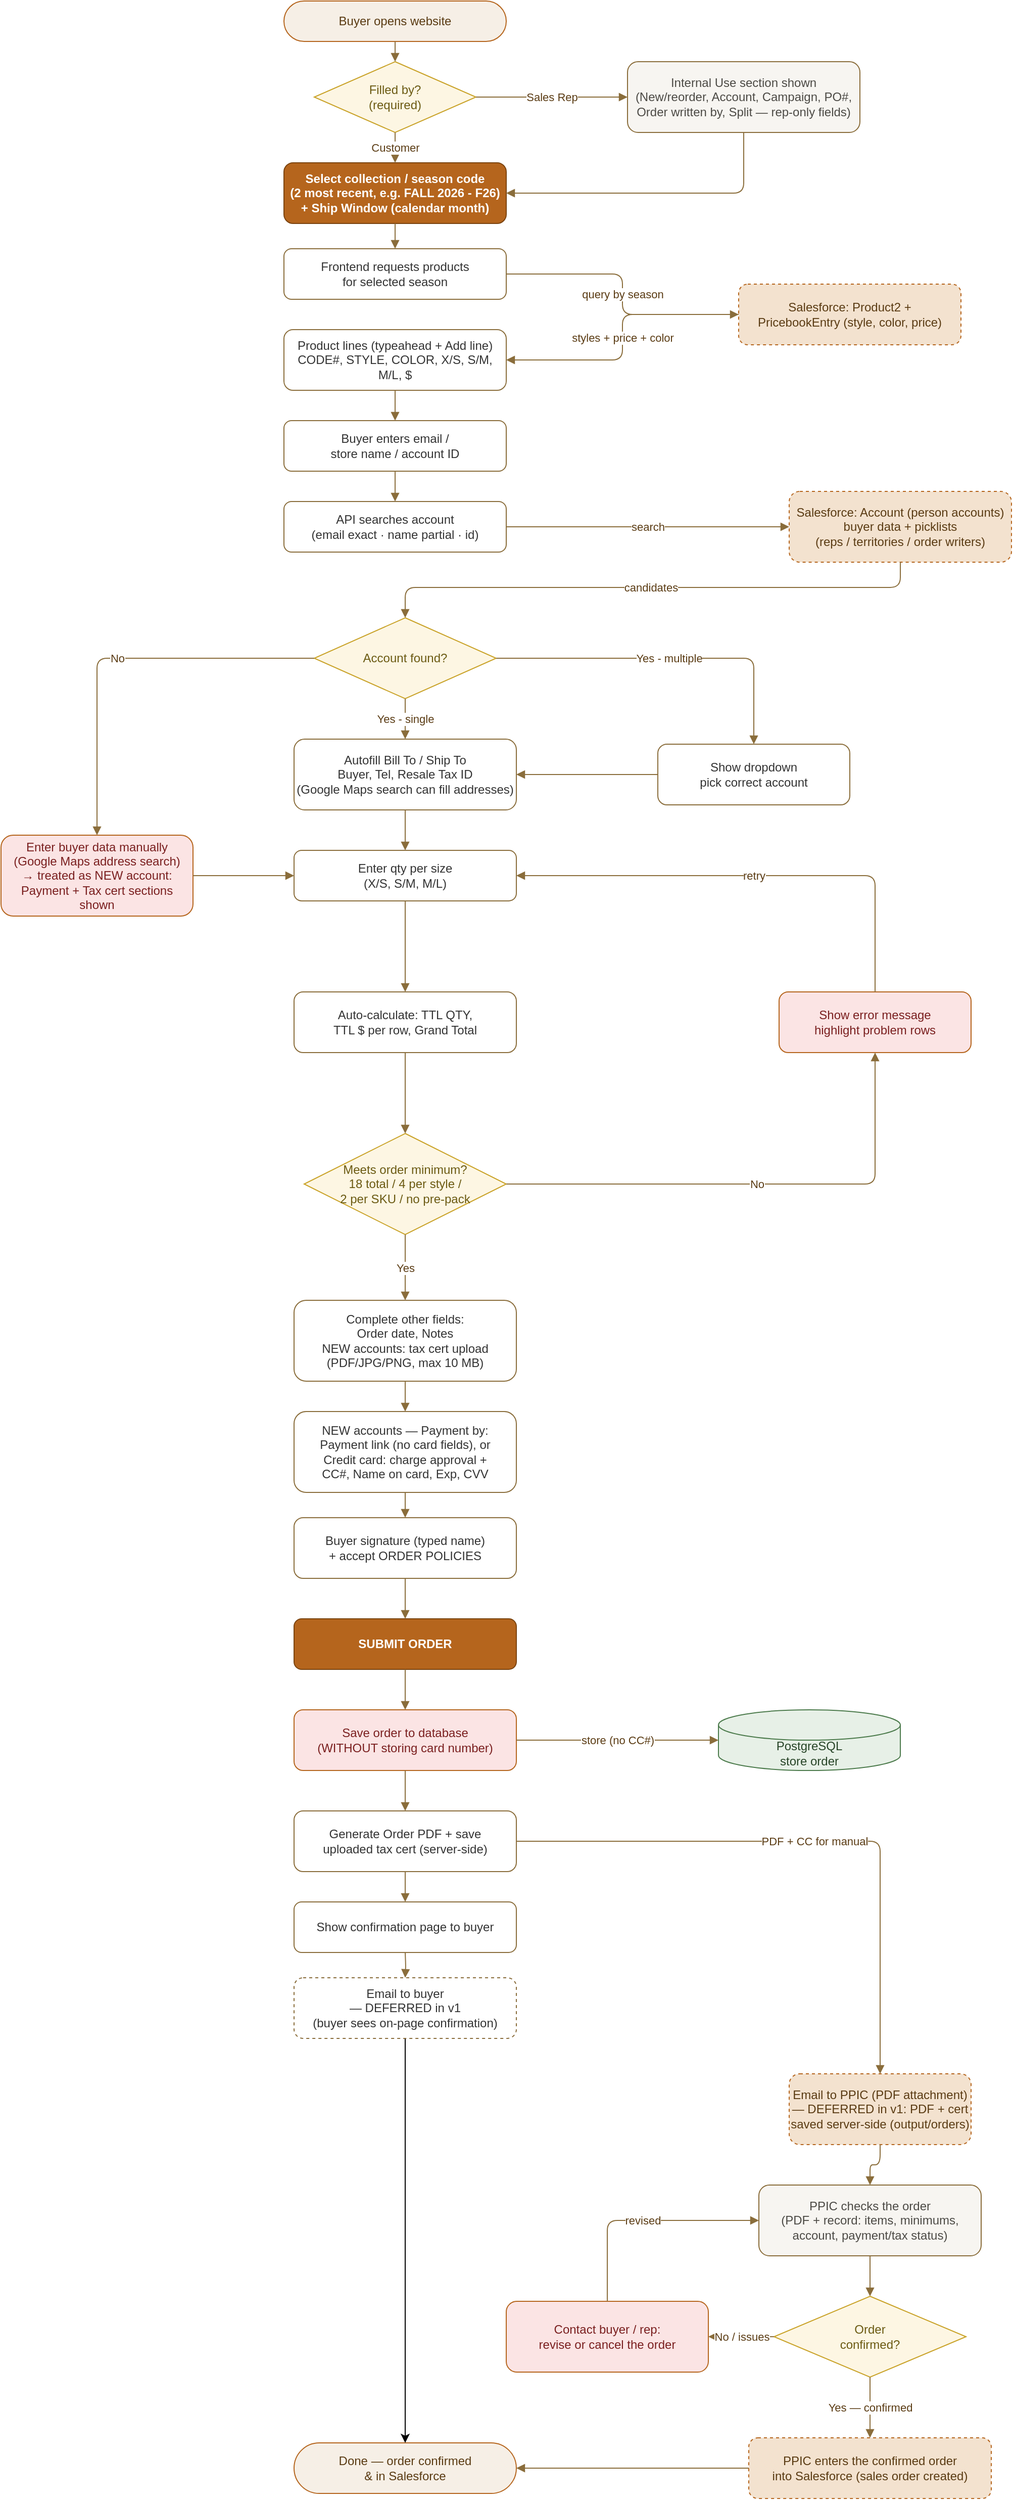
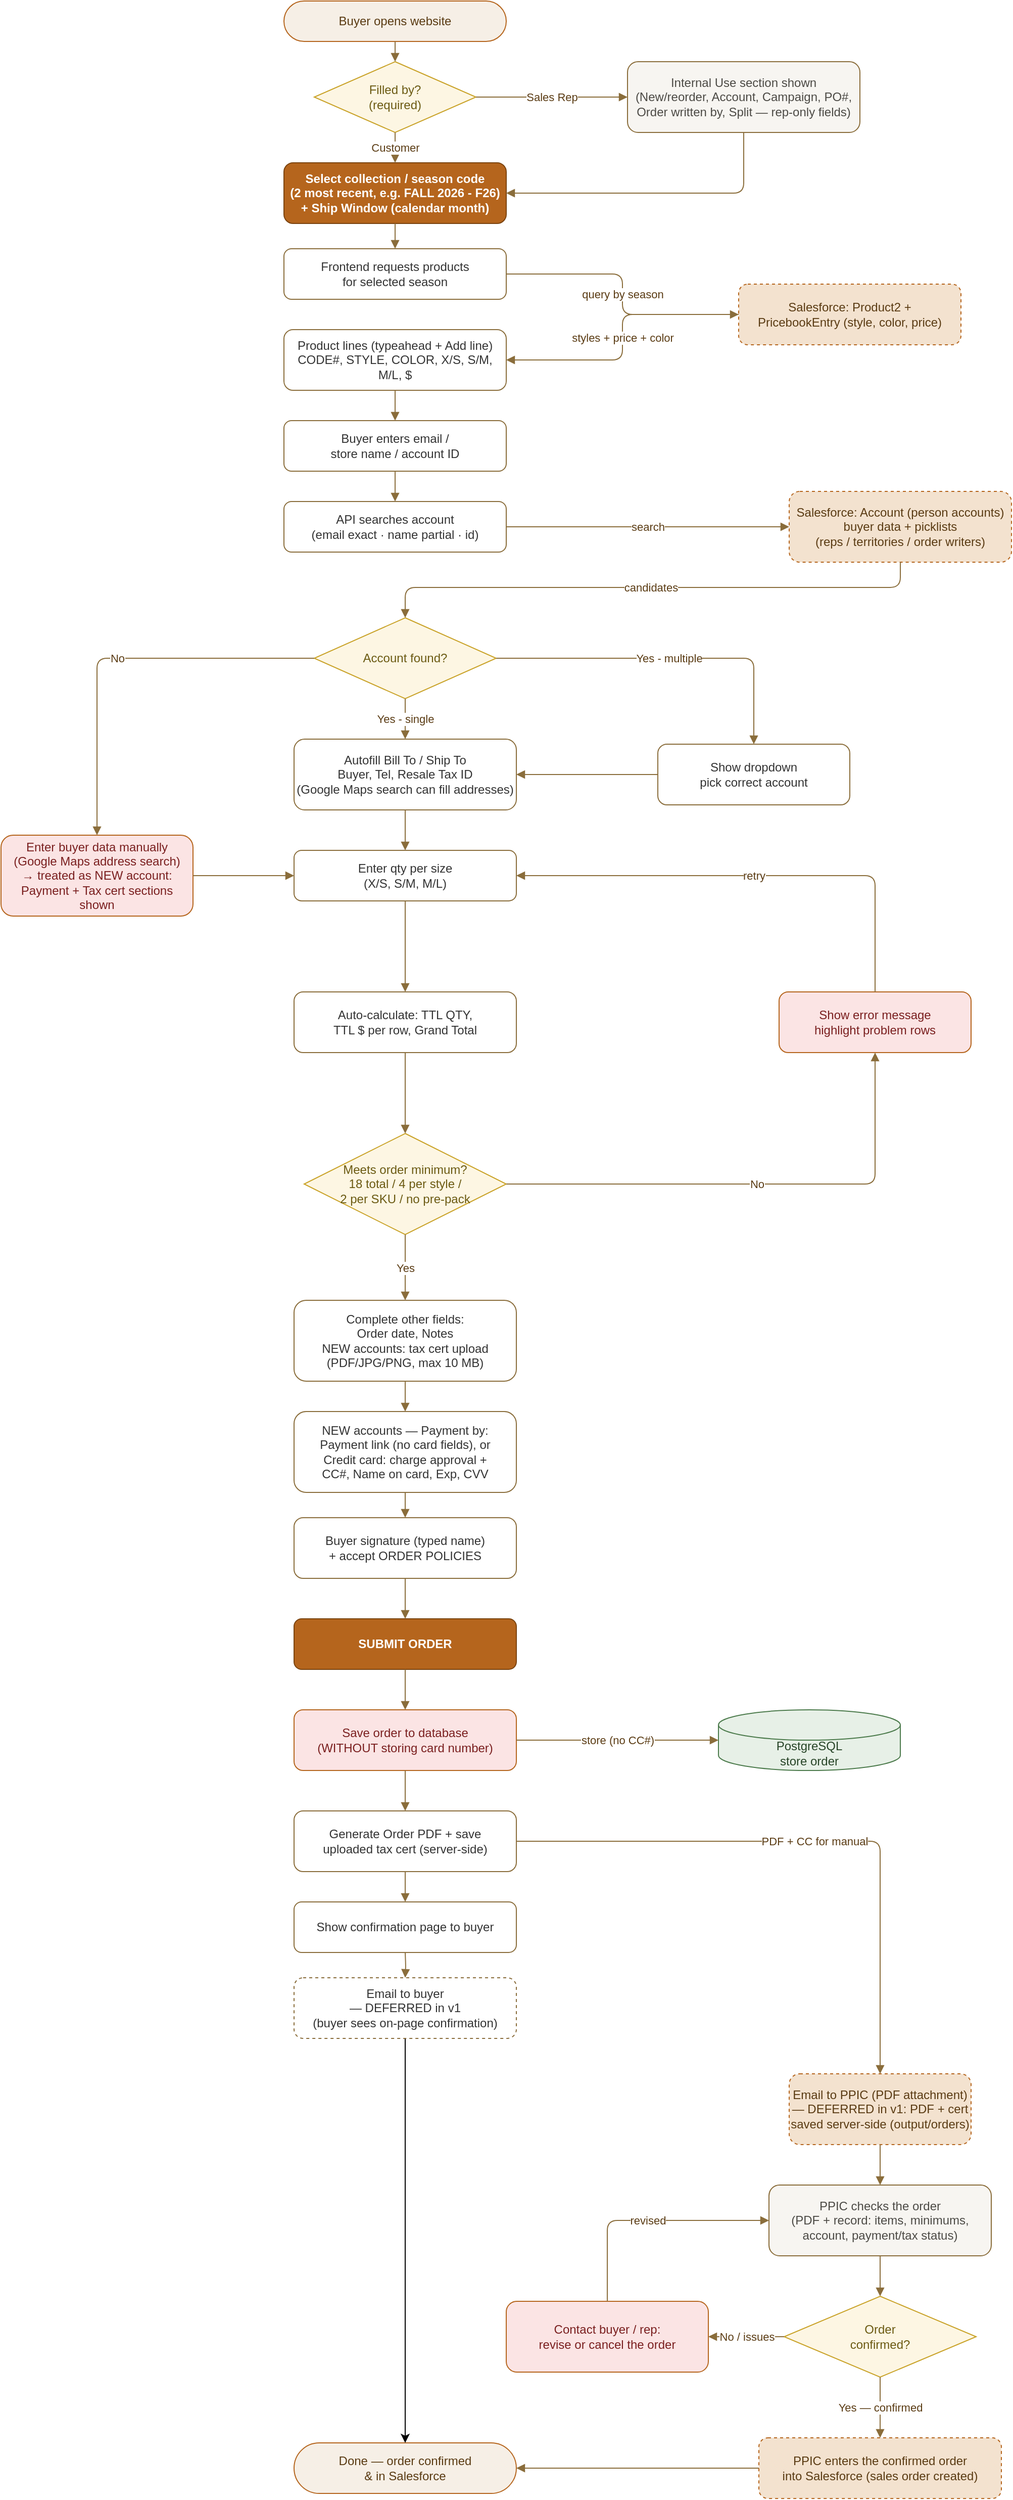
<mxfile host="65bd71144e">
    <diagram id="woodenships-order" name="Wooden Ships Order Flow">
        <mxGraphModel dx="1341" dy="384" grid="1" gridSize="10" guides="1" tooltips="1" connect="1" arrows="1" fold="1" page="1" pageScale="1" pageWidth="1100" pageHeight="2600" math="0" shadow="0">
            <root>
                <mxCell id="0"/>
                <mxCell id="1" parent="0"/>
                <mxCell id="start" value="Buyer opens website" style="rounded=1;whiteSpace=wrap;html=1;fillColor=#f6efe6;strokeColor=#b5651d;arcSize=50;fontColor=#5a3b13;" parent="1" vertex="1">
                    <mxGeometry x="360" y="10" width="220" height="40" as="geometry"/>
                </mxCell>
                <mxCell id="filledby" value="Filled by?&lt;br&gt;(required)" style="rhombus;whiteSpace=wrap;html=1;fillColor=#fdf6e3;strokeColor=#c9a227;fontColor=#6b5a12;" parent="1" vertex="1">
                    <mxGeometry x="390" y="70" width="160" height="70" as="geometry"/>
                </mxCell>
                <mxCell id="internaluse" value="Internal Use section shown&lt;br&gt;(New/reorder, Account, Campaign, PO#,&lt;br&gt;Order written by, Split — rep-only fields)" style="rounded=1;whiteSpace=wrap;html=1;fillColor=#f7f5f1;strokeColor=#8a6d3b;fontColor=#4c4a45;" parent="1" vertex="1">
                    <mxGeometry x="700" y="70" width="230" height="70" as="geometry"/>
                </mxCell>
                <mxCell id="season" value="Select collection / season code&lt;br&gt;(2 most recent, e.g. FALL 2026 - F26)&lt;br&gt;+ Ship Window (calendar month)" style="rounded=1;whiteSpace=wrap;html=1;fillColor=#b5651d;strokeColor=#7a430f;fontColor=#ffffff;fontStyle=1;" parent="1" vertex="1">
                    <mxGeometry x="360" y="170" width="220" height="60" as="geometry"/>
                </mxCell>
                <mxCell id="req" value="Frontend requests products&lt;br&gt;for selected season" style="rounded=1;whiteSpace=wrap;html=1;fillColor=#ffffff;strokeColor=#8a6d3b;fontColor=#333333;" parent="1" vertex="1">
                    <mxGeometry x="360" y="255" width="220" height="50" as="geometry"/>
                </mxCell>
                <mxCell id="show" value="Product lines (typeahead + Add line)&lt;br&gt;CODE#, STYLE, COLOR, X/S, S/M, M/L, $" style="rounded=1;whiteSpace=wrap;html=1;fillColor=#ffffff;strokeColor=#8a6d3b;fontColor=#333333;" parent="1" vertex="1">
                    <mxGeometry x="360" y="335" width="220" height="60" as="geometry"/>
                </mxCell>
                <mxCell id="buyer" value="Buyer enters email /&lt;br&gt;store name / account ID" style="rounded=1;whiteSpace=wrap;html=1;fillColor=#ffffff;strokeColor=#8a6d3b;fontColor=#333333;" parent="1" vertex="1">
                    <mxGeometry x="360" y="425" width="220" height="50" as="geometry"/>
                </mxCell>
                <mxCell id="api2" value="API searches account&lt;br&gt;(email exact · name partial · id)" style="rounded=1;whiteSpace=wrap;html=1;fillColor=#ffffff;strokeColor=#8a6d3b;fontColor=#333333;" parent="1" vertex="1">
                    <mxGeometry x="360" y="505" width="220" height="50" as="geometry"/>
                </mxCell>
                <mxCell id="match" value="Account found?" style="rhombus;whiteSpace=wrap;html=1;fillColor=#fdf6e3;strokeColor=#c9a227;fontColor=#6b5a12;" parent="1" vertex="1">
                    <mxGeometry x="390" y="620" width="180" height="80" as="geometry"/>
                </mxCell>
                <mxCell id="autofill" value="Autofill Bill To / Ship To&lt;br&gt;Buyer, Tel, Resale Tax ID&lt;br&gt;(Google Maps search can fill addresses)" style="rounded=1;whiteSpace=wrap;html=1;fillColor=#ffffff;strokeColor=#8a6d3b;fontColor=#333333;" parent="1" vertex="1">
                    <mxGeometry x="370" y="740" width="220" height="70" as="geometry"/>
                </mxCell>
                <mxCell id="qty" value="Enter qty per size&lt;br&gt;(X/S, S/M, M/L)" style="rounded=1;whiteSpace=wrap;html=1;fillColor=#ffffff;strokeColor=#8a6d3b;fontColor=#333333;" parent="1" vertex="1">
                    <mxGeometry x="370" y="850" width="220" height="50" as="geometry"/>
                </mxCell>
                <mxCell id="calc" value="Auto-calculate: TTL QTY,&lt;br&gt;TTL $ per row, Grand Total" style="rounded=1;whiteSpace=wrap;html=1;fillColor=#ffffff;strokeColor=#8a6d3b;fontColor=#333333;" parent="1" vertex="1">
                    <mxGeometry x="370" y="990" width="220" height="60" as="geometry"/>
                </mxCell>
                <mxCell id="valid" value="Meets order minimum?&lt;br&gt;18 total / 4 per style /&lt;br&gt;2 per SKU / no pre-pack" style="rhombus;whiteSpace=wrap;html=1;fillColor=#fdf6e3;strokeColor=#c9a227;fontColor=#6b5a12;" parent="1" vertex="1">
                    <mxGeometry x="380" y="1130" width="200" height="100" as="geometry"/>
                </mxCell>
                <mxCell id="details" value="Complete other fields:&lt;br&gt;Order date, Notes&lt;br&gt;NEW accounts: tax cert upload&lt;br&gt;(PDF/JPG/PNG, max 10 MB)" style="rounded=1;whiteSpace=wrap;html=1;fillColor=#ffffff;strokeColor=#8a6d3b;fontColor=#333333;" parent="1" vertex="1">
                    <mxGeometry x="370" y="1295" width="220" height="80" as="geometry"/>
                </mxCell>
                <mxCell id="pay" value="NEW accounts — Payment by:&lt;br&gt;Payment link (no card fields), or&lt;br&gt;Credit card: charge approval +&lt;br&gt;CC#, Name on card, Exp, CVV" style="rounded=1;whiteSpace=wrap;html=1;fillColor=#ffffff;strokeColor=#8a6d3b;fontColor=#333333;" parent="1" vertex="1">
                    <mxGeometry x="370" y="1405" width="220" height="80" as="geometry"/>
                </mxCell>
                <mxCell id="sign" value="Buyer signature (typed name)&lt;br&gt;+ accept ORDER POLICIES" style="rounded=1;whiteSpace=wrap;html=1;fillColor=#ffffff;strokeColor=#8a6d3b;fontColor=#333333;" parent="1" vertex="1">
                    <mxGeometry x="370" y="1510" width="220" height="60" as="geometry"/>
                </mxCell>
                <mxCell id="submit" value="SUBMIT ORDER" style="rounded=1;whiteSpace=wrap;html=1;fillColor=#b5651d;strokeColor=#7a430f;fontColor=#ffffff;fontStyle=1;" parent="1" vertex="1">
                    <mxGeometry x="370" y="1610" width="220" height="50" as="geometry"/>
                </mxCell>
                <mxCell id="save" value="Save order to database&lt;br&gt;(WITHOUT storing card number)" style="rounded=1;whiteSpace=wrap;html=1;fillColor=#fbe4e4;strokeColor=#b5651d;fontColor=#7a1f1f;" parent="1" vertex="1">
                    <mxGeometry x="370" y="1700" width="220" height="60" as="geometry"/>
                </mxCell>
                <mxCell id="pdf" value="Generate Order PDF + save&lt;br&gt;uploaded tax cert (server-side)" style="rounded=1;whiteSpace=wrap;html=1;fillColor=#ffffff;strokeColor=#8a6d3b;fontColor=#333333;" parent="1" vertex="1">
                    <mxGeometry x="370" y="1800" width="220" height="60" as="geometry"/>
                </mxCell>
                <mxCell id="confirm" value="Show confirmation page to buyer" style="rounded=1;whiteSpace=wrap;html=1;fillColor=#ffffff;strokeColor=#8a6d3b;fontColor=#333333;" parent="1" vertex="1">
                    <mxGeometry x="370" y="1890" width="220" height="50" as="geometry"/>
                </mxCell>
                <mxCell id="ppic" value="PPIC checks the order&lt;br&gt;(PDF + record: items, minimums,&lt;br&gt;account, payment/tax status)" style="rounded=1;whiteSpace=wrap;html=1;fillColor=#f7f5f1;strokeColor=#8a6d3b;fontColor=#4c4a45;" parent="1" vertex="1">
-                     <mxGeometry x="830" y="2170" width="220" height="70" as="geometry"/>
+                     <mxGeometry x="840" y="2170" width="220" height="70" as="geometry"/>
                </mxCell>
                <mxCell id="ppicok" value="Order&lt;br&gt;confirmed?" style="rhombus;whiteSpace=wrap;html=1;fillColor=#fdf6e3;strokeColor=#c9a227;fontColor=#6b5a12;" parent="1" vertex="1">
-                     <mxGeometry x="845" y="2280" width="190" height="80" as="geometry"/>
+                     <mxGeometry x="855" y="2280" width="190" height="80" as="geometry"/>
                </mxCell>
                <mxCell id="ppicfix" value="Contact buyer / rep:&lt;br&gt;revise or cancel the order" style="rounded=1;whiteSpace=wrap;html=1;fillColor=#fbe4e4;strokeColor=#b5651d;fontColor=#7a1f1f;" parent="1" vertex="1">
                    <mxGeometry x="580" y="2285" width="200" height="70" as="geometry"/>
                </mxCell>
                <mxCell id="sfentry" value="PPIC enters the confirmed order&lt;br&gt;into Salesforce (sales order created)" style="rounded=1;whiteSpace=wrap;html=1;fillColor=#f3e2cf;strokeColor=#b5651d;fontColor=#5a3b13;dashed=1;" parent="1" vertex="1">
-                     <mxGeometry x="820" y="2420" width="240" height="60" as="geometry"/>
+                     <mxGeometry x="830" y="2420" width="240" height="60" as="geometry"/>
                </mxCell>
                <mxCell id="done" value="Done — order confirmed&lt;br&gt;&amp;amp; in Salesforce" style="rounded=1;whiteSpace=wrap;html=1;fillColor=#f6efe6;strokeColor=#b5651d;arcSize=50;fontColor=#5a3b13;" parent="1" vertex="1">
                    <mxGeometry x="370" y="2425" width="220" height="50" as="geometry"/>
                </mxCell>
                <mxCell id="pick" value="Show dropdown&lt;br&gt;pick correct account" style="rounded=1;whiteSpace=wrap;html=1;fillColor=#ffffff;strokeColor=#8a6d3b;fontColor=#333333;" parent="1" vertex="1">
                    <mxGeometry x="730" y="745" width="190" height="60" as="geometry"/>
                </mxCell>
                <mxCell id="manual" value="Enter buyer data manually&lt;br&gt;(Google Maps address search)&lt;br&gt;→ treated as NEW account:&lt;br&gt;Payment + Tax cert sections shown" style="rounded=1;whiteSpace=wrap;html=1;fillColor=#fbe4e4;strokeColor=#b5651d;fontColor=#7a1f1f;" parent="1" vertex="1">
                    <mxGeometry x="80" y="835" width="190" height="80" as="geometry"/>
                </mxCell>
                <mxCell id="err" value="Show error message&lt;br&gt;highlight problem rows" style="rounded=1;whiteSpace=wrap;html=1;fillColor=#fbe4e4;strokeColor=#b5651d;fontColor=#7a1f1f;" parent="1" vertex="1">
                    <mxGeometry x="850" y="990" width="190" height="60" as="geometry"/>
                </mxCell>
                <mxCell id="sfprod" value="Salesforce: Product2 +&lt;br&gt;PricebookEntry (style, color, price)" style="rounded=1;whiteSpace=wrap;html=1;fillColor=#f3e2cf;strokeColor=#b5651d;fontColor=#5a3b13;dashed=1;" parent="1" vertex="1">
                    <mxGeometry x="810" y="290" width="220" height="60" as="geometry"/>
                </mxCell>
                <mxCell id="sfacc" value="Salesforce: Account (person accounts)&lt;br&gt;buyer data + picklists&lt;br&gt;(reps / territories / order writers)" style="rounded=1;whiteSpace=wrap;html=1;fillColor=#f3e2cf;strokeColor=#b5651d;fontColor=#5a3b13;dashed=1;" parent="1" vertex="1">
                    <mxGeometry x="860" y="495" width="220" height="70" as="geometry"/>
                </mxCell>
                <mxCell id="db" value="PostgreSQL&lt;br&gt;store order" style="shape=cylinder3;whiteSpace=wrap;html=1;boundedLbl=1;backgroundOutline=1;fillColor=#e7f0e7;strokeColor=#4b7a4b;fontColor=#274427;" parent="1" vertex="1">
                    <mxGeometry x="790" y="1700" width="180" height="60" as="geometry"/>
                </mxCell>
                <mxCell id="mail" value="Email to PPIC (PDF attachment)&lt;br&gt;— DEFERRED in v1: PDF + cert&lt;br&gt;saved server-side (output/orders)" style="rounded=1;whiteSpace=wrap;html=1;fillColor=#f3e2cf;strokeColor=#b5651d;fontColor=#5a3b13;dashed=1;" parent="1" vertex="1">
                    <mxGeometry x="860" y="2060" width="180" height="70" as="geometry"/>
                </mxCell>
                <mxCell id="e0" value="" style="edgeStyle=orthogonalEdgeStyle;rounded=1;html=1;strokeColor=#8a6d3b;fontColor=#5a3b13;endArrow=block;" parent="1" source="start" target="filledby" edge="1">
                    <mxGeometry relative="1" as="geometry"/>
                </mxCell>
                <mxCell id="efb1" value="Sales Rep" style="edgeStyle=orthogonalEdgeStyle;rounded=1;html=1;strokeColor=#8a6d3b;fontColor=#5a3b13;endArrow=block;exitX=1;exitY=0.5;exitDx=0;exitDy=0;entryX=0;entryY=0.5;entryDx=0;entryDy=0;" parent="1" source="filledby" target="internaluse" edge="1">
                    <mxGeometry relative="1" as="geometry"/>
                </mxCell>
                <mxCell id="efb2" value="Customer" style="edgeStyle=orthogonalEdgeStyle;rounded=1;html=1;strokeColor=#8a6d3b;fontColor=#5a3b13;endArrow=block;exitX=0.5;exitY=1;exitDx=0;exitDy=0;entryX=0.5;entryY=0;entryDx=0;entryDy=0;" parent="1" source="filledby" target="season" edge="1">
                    <mxGeometry relative="1" as="geometry"/>
                </mxCell>
                <mxCell id="efb3" value="" style="edgeStyle=orthogonalEdgeStyle;rounded=1;html=1;strokeColor=#8a6d3b;fontColor=#5a3b13;endArrow=block;exitX=0.5;exitY=1;exitDx=0;exitDy=0;entryX=1;entryY=0.5;entryDx=0;entryDy=0;" parent="1" source="internaluse" target="season" edge="1">
                    <mxGeometry relative="1" as="geometry"/>
                </mxCell>
                <mxCell id="e1" value="" style="edgeStyle=orthogonalEdgeStyle;rounded=1;html=1;strokeColor=#8a6d3b;fontColor=#5a3b13;endArrow=block;" parent="1" source="season" target="req" edge="1">
                    <mxGeometry relative="1" as="geometry"/>
                </mxCell>
                <mxCell id="e2" value="query by season" style="edgeStyle=orthogonalEdgeStyle;rounded=1;html=1;strokeColor=#8a6d3b;fontColor=#5a3b13;endArrow=block;" parent="1" source="req" target="sfprod" edge="1">
                    <mxGeometry relative="1" as="geometry"/>
                </mxCell>
                <mxCell id="e3" value="styles + price + color" style="edgeStyle=orthogonalEdgeStyle;rounded=1;html=1;strokeColor=#8a6d3b;fontColor=#5a3b13;endArrow=block;" parent="1" source="sfprod" target="show" edge="1">
                    <mxGeometry relative="1" as="geometry"/>
                </mxCell>
                <mxCell id="e4" value="" style="edgeStyle=orthogonalEdgeStyle;rounded=1;html=1;strokeColor=#8a6d3b;fontColor=#5a3b13;endArrow=block;" parent="1" source="show" target="buyer" edge="1">
                    <mxGeometry relative="1" as="geometry"/>
                </mxCell>
                <mxCell id="e5" value="" style="edgeStyle=orthogonalEdgeStyle;rounded=1;html=1;strokeColor=#8a6d3b;fontColor=#5a3b13;endArrow=block;" parent="1" source="buyer" target="api2" edge="1">
                    <mxGeometry relative="1" as="geometry"/>
                </mxCell>
                <mxCell id="e6" value="search" style="edgeStyle=orthogonalEdgeStyle;rounded=1;html=1;strokeColor=#8a6d3b;fontColor=#5a3b13;endArrow=block;" parent="1" source="api2" target="sfacc" edge="1">
                    <mxGeometry relative="1" as="geometry"/>
                </mxCell>
                <mxCell id="e7" value="candidates" style="edgeStyle=orthogonalEdgeStyle;rounded=1;html=1;strokeColor=#8a6d3b;fontColor=#5a3b13;endArrow=block;" parent="1" source="sfacc" target="match" edge="1">
                    <mxGeometry relative="1" as="geometry">
                        <Array as="points">
                            <mxPoint x="970" y="590"/>
                            <mxPoint x="480" y="590"/>
                        </Array>
                        <mxPoint as="offset"/>
                    </mxGeometry>
                </mxCell>
                <mxCell id="e8" value="Yes - multiple" style="edgeStyle=orthogonalEdgeStyle;rounded=1;html=1;strokeColor=#8a6d3b;fontColor=#5a3b13;endArrow=block;" parent="1" source="match" target="pick" edge="1">
                    <mxGeometry x="0.0028" relative="1" as="geometry">
                        <mxPoint as="offset"/>
                    </mxGeometry>
                </mxCell>
                <mxCell id="e9" value="Yes - single" style="edgeStyle=orthogonalEdgeStyle;rounded=1;html=1;strokeColor=#8a6d3b;fontColor=#5a3b13;endArrow=block;" parent="1" source="match" target="autofill" edge="1">
                    <mxGeometry relative="1" as="geometry"/>
                </mxCell>
                <mxCell id="e10" value="No" style="edgeStyle=orthogonalEdgeStyle;rounded=1;html=1;strokeColor=#8a6d3b;fontColor=#5a3b13;endArrow=block;" parent="1" source="match" target="manual" edge="1">
                    <mxGeometry relative="1" as="geometry"/>
                </mxCell>
                <mxCell id="e11" value="" style="edgeStyle=orthogonalEdgeStyle;rounded=1;html=1;strokeColor=#8a6d3b;fontColor=#5a3b13;endArrow=block;" parent="1" source="pick" target="autofill" edge="1">
                    <mxGeometry relative="1" as="geometry"/>
                </mxCell>
                <mxCell id="e12" value="" style="edgeStyle=orthogonalEdgeStyle;rounded=1;html=1;strokeColor=#8a6d3b;fontColor=#5a3b13;endArrow=block;" parent="1" source="manual" target="qty" edge="1">
                    <mxGeometry relative="1" as="geometry"/>
                </mxCell>
                <mxCell id="e13" value="" style="edgeStyle=orthogonalEdgeStyle;rounded=1;html=1;strokeColor=#8a6d3b;fontColor=#5a3b13;endArrow=block;" parent="1" source="autofill" target="qty" edge="1">
                    <mxGeometry relative="1" as="geometry"/>
                </mxCell>
                <mxCell id="e14" value="" style="edgeStyle=orthogonalEdgeStyle;rounded=1;html=1;strokeColor=#8a6d3b;fontColor=#5a3b13;endArrow=block;" parent="1" source="qty" target="calc" edge="1">
                    <mxGeometry relative="1" as="geometry"/>
                </mxCell>
                <mxCell id="e15" value="" style="edgeStyle=orthogonalEdgeStyle;rounded=1;html=1;strokeColor=#8a6d3b;fontColor=#5a3b13;endArrow=block;" parent="1" source="calc" target="valid" edge="1">
                    <mxGeometry relative="1" as="geometry"/>
                </mxCell>
                <mxCell id="e16" value="No" style="edgeStyle=orthogonalEdgeStyle;rounded=1;html=1;strokeColor=#8a6d3b;fontColor=#5a3b13;endArrow=block;" parent="1" source="valid" target="err" edge="1">
                    <mxGeometry relative="1" as="geometry"/>
                </mxCell>
                <mxCell id="e17" value="retry" style="edgeStyle=orthogonalEdgeStyle;rounded=1;html=1;strokeColor=#8a6d3b;fontColor=#5a3b13;endArrow=block;entryX=1;entryY=0.5;entryDx=0;entryDy=0;" parent="1" source="err" target="qty" edge="1">
                    <mxGeometry relative="1" as="geometry">
                        <Array as="points">
                            <mxPoint x="945" y="875"/>
                        </Array>
                    </mxGeometry>
                </mxCell>
                <mxCell id="e18" value="Yes" style="edgeStyle=orthogonalEdgeStyle;rounded=1;html=1;strokeColor=#8a6d3b;fontColor=#5a3b13;endArrow=block;" parent="1" source="valid" target="details" edge="1">
                    <mxGeometry relative="1" as="geometry"/>
                </mxCell>
                <mxCell id="e19" value="" style="edgeStyle=orthogonalEdgeStyle;rounded=1;html=1;strokeColor=#8a6d3b;fontColor=#5a3b13;endArrow=block;" parent="1" source="details" target="pay" edge="1">
                    <mxGeometry relative="1" as="geometry"/>
                </mxCell>
                <mxCell id="e20" value="" style="edgeStyle=orthogonalEdgeStyle;rounded=1;html=1;strokeColor=#8a6d3b;fontColor=#5a3b13;endArrow=block;" parent="1" source="pay" target="sign" edge="1">
                    <mxGeometry relative="1" as="geometry"/>
                </mxCell>
                <mxCell id="e21" value="" style="edgeStyle=orthogonalEdgeStyle;rounded=1;html=1;strokeColor=#8a6d3b;fontColor=#5a3b13;endArrow=block;" parent="1" source="sign" target="submit" edge="1">
                    <mxGeometry relative="1" as="geometry"/>
                </mxCell>
                <mxCell id="e22" value="" style="edgeStyle=orthogonalEdgeStyle;rounded=1;html=1;strokeColor=#8a6d3b;fontColor=#5a3b13;endArrow=block;" parent="1" source="submit" target="save" edge="1">
                    <mxGeometry relative="1" as="geometry"/>
                </mxCell>
                <mxCell id="e23" value="store (no CC#)" style="edgeStyle=orthogonalEdgeStyle;rounded=1;html=1;strokeColor=#8a6d3b;fontColor=#5a3b13;endArrow=block;" parent="1" source="save" target="db" edge="1">
                    <mxGeometry relative="1" as="geometry"/>
                </mxCell>
                <mxCell id="e24" value="" style="edgeStyle=orthogonalEdgeStyle;rounded=1;html=1;strokeColor=#8a6d3b;fontColor=#5a3b13;endArrow=block;" parent="1" source="save" target="pdf" edge="1">
                    <mxGeometry relative="1" as="geometry"/>
                </mxCell>
                <mxCell id="e25" value="PDF + CC for manual" style="edgeStyle=orthogonalEdgeStyle;rounded=1;html=1;strokeColor=#8a6d3b;fontColor=#5a3b13;endArrow=block;" parent="1" source="pdf" target="mail" edge="1">
                    <mxGeometry relative="1" as="geometry"/>
                </mxCell>
                <mxCell id="e26" value="" style="edgeStyle=orthogonalEdgeStyle;rounded=1;html=1;strokeColor=#8a6d3b;fontColor=#5a3b13;endArrow=block;" parent="1" source="pdf" target="confirm" edge="1">
                    <mxGeometry relative="1" as="geometry"/>
                </mxCell>
                <mxCell id="e27" value="" style="edgeStyle=orthogonalEdgeStyle;rounded=1;html=1;strokeColor=#8a6d3b;fontColor=#5a3b13;endArrow=block;exitX=0.5;exitY=1;exitDx=0;exitDy=0;entryX=0.5;entryY=0;entryDx=0;entryDy=0;" parent="1" source="mail" target="ppic" edge="1">
                    <mxGeometry relative="1" as="geometry"/>
                </mxCell>
                <mxCell id="ep1" value="" style="edgeStyle=orthogonalEdgeStyle;rounded=1;html=1;strokeColor=#8a6d3b;fontColor=#5a3b13;endArrow=block;exitX=0.5;exitY=1;exitDx=0;exitDy=0;entryX=0.5;entryY=0;entryDx=0;entryDy=0;" parent="1" source="ppic" target="ppicok" edge="1">
                    <mxGeometry relative="1" as="geometry"/>
                </mxCell>
                <mxCell id="ep2" value="Yes — confirmed" style="edgeStyle=orthogonalEdgeStyle;rounded=1;html=1;strokeColor=#8a6d3b;fontColor=#5a3b13;endArrow=block;exitX=0.5;exitY=1;exitDx=0;exitDy=0;entryX=0.5;entryY=0;entryDx=0;entryDy=0;" parent="1" source="ppicok" target="sfentry" edge="1">
                    <mxGeometry relative="1" as="geometry"/>
                </mxCell>
                <mxCell id="ep3" value="No / issues" style="edgeStyle=orthogonalEdgeStyle;rounded=1;html=1;strokeColor=#8a6d3b;fontColor=#5a3b13;endArrow=block;exitX=0;exitY=0.5;exitDx=0;exitDy=0;entryX=1;entryY=0.5;entryDx=0;entryDy=0;" parent="1" source="ppicok" target="ppicfix" edge="1">
                    <mxGeometry relative="1" as="geometry"/>
                </mxCell>
                <mxCell id="ep4" value="revised" style="edgeStyle=orthogonalEdgeStyle;rounded=1;html=1;strokeColor=#8a6d3b;fontColor=#5a3b13;endArrow=block;exitX=0.5;exitY=0;exitDx=0;exitDy=0;entryX=0;entryY=0.5;entryDx=0;entryDy=0;" parent="1" source="ppicfix" target="ppic" edge="1">
                    <mxGeometry relative="1" as="geometry"/>
                </mxCell>
                <mxCell id="ep5" value="" style="edgeStyle=orthogonalEdgeStyle;rounded=1;html=1;strokeColor=#8a6d3b;fontColor=#5a3b13;endArrow=block;exitX=0;exitY=0.5;exitDx=0;exitDy=0;entryX=1;entryY=0.5;entryDx=0;entryDy=0;" parent="1" source="sfentry" target="done" edge="1">
                    <mxGeometry relative="1" as="geometry"/>
                </mxCell>
                <mxCell id="e28" value="" style="edgeStyle=orthogonalEdgeStyle;rounded=1;html=1;strokeColor=#8a6d3b;fontColor=#5a3b13;endArrow=block;entryX=0.5;entryY=0;entryDx=0;entryDy=0;" parent="1" target="2" edge="1">
                    <mxGeometry relative="1" as="geometry">
                        <mxPoint x="480" y="1940" as="sourcePoint"/>
                    </mxGeometry>
                </mxCell>
                <mxCell id="3" style="edgeStyle=none;html=1;exitX=0.5;exitY=1;exitDx=0;exitDy=0;entryX=0.5;entryY=0;entryDx=0;entryDy=0;" parent="1" source="2" target="done" edge="1">
                    <mxGeometry relative="1" as="geometry"/>
                </mxCell>
                <mxCell id="2" value="Email to buyer&lt;br&gt;— DEFERRED in v1&lt;br&gt;(buyer sees on-page confirmation)" style="rounded=1;whiteSpace=wrap;html=1;fillColor=#ffffff;strokeColor=#8a6d3b;fontColor=#333333;dashed=1;" parent="1" vertex="1">
                    <mxGeometry x="370" y="1965" width="220" height="60" as="geometry"/>
                </mxCell>
            </root>
        </mxGraphModel>
    </diagram>
</mxfile>